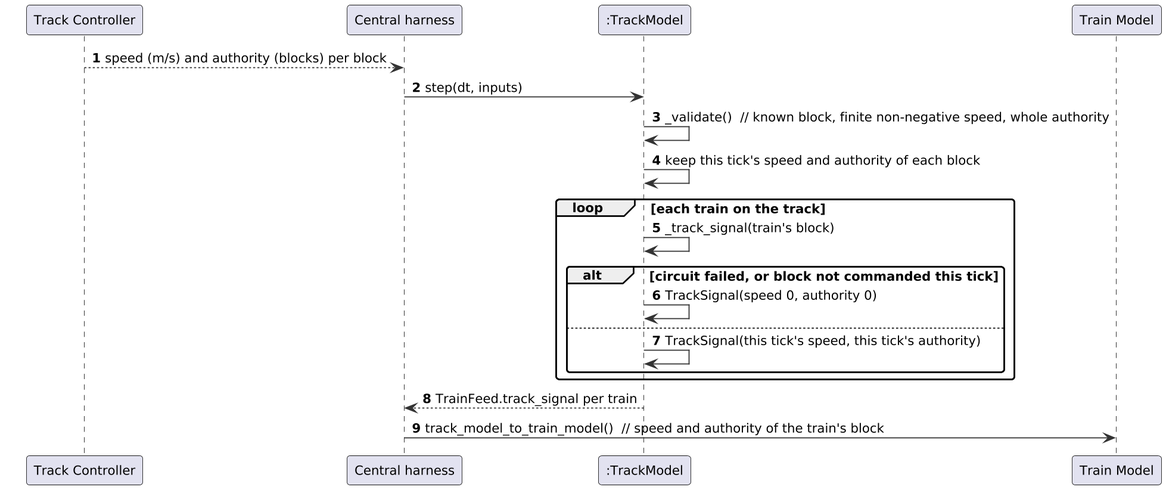
This is documents/uml/track_model/sd07_circuit.png from Landiss04/Track-Overflow, a PlantUML export, as it was before one commit.
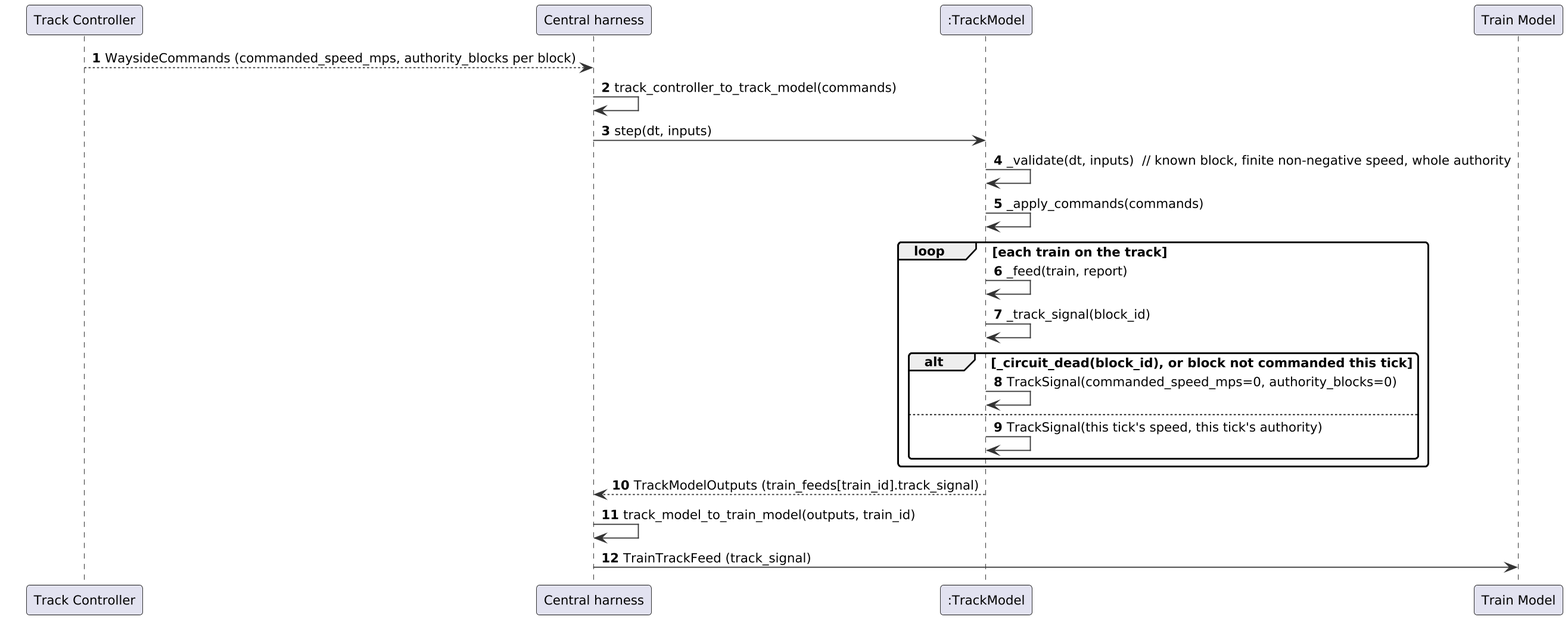
The same diagram one commit later.

What changed in the source:
```diff
@@ -13,18 +13,21 @@
 participant "Central harness" as H
 participant ":TrackModel" as TM
 participant "Train Model" as TRM
-TC --> H : speed (m/s) and authority (blocks) per block
+TC --> H : WaysideCommands (commanded_speed_mps, authority_blocks per block)
+H -> H : track_controller_to_track_model(commands)
 H -> TM : step(dt, inputs)
-TM -> TM : _validate()  // known block, finite non-negative speed, whole authority
-TM -> TM : keep this tick's speed and authority of each block
+TM -> TM : _validate(dt, inputs)  // known block, finite non-negative speed, whole authority
+TM -> TM : _apply_commands(commands)
 loop each train on the track
-  TM -> TM : _track_signal(train's block)
-  alt circuit failed, or block not commanded this tick
-    TM -> TM : TrackSignal(speed 0, authority 0)
+  TM -> TM : _feed(train, report)
+  TM -> TM : _track_signal(block_id)
+  alt _circuit_dead(block_id), or block not commanded this tick
+    TM -> TM : TrackSignal(commanded_speed_mps=0, authority_blocks=0)
   else
     TM -> TM : TrackSignal(this tick's speed, this tick's authority)
   end
 end
-TM --> H : TrainFeed.track_signal per train
-H -> TRM : track_model_to_train_model()  // speed and authority of the train's block
+TM --> H : TrackModelOutputs (train_feeds[train_id].track_signal)
+H -> H : track_model_to_train_model(outputs, train_id)
+H -> TRM : TrainTrackFeed (track_signal)
 @enduml
```
